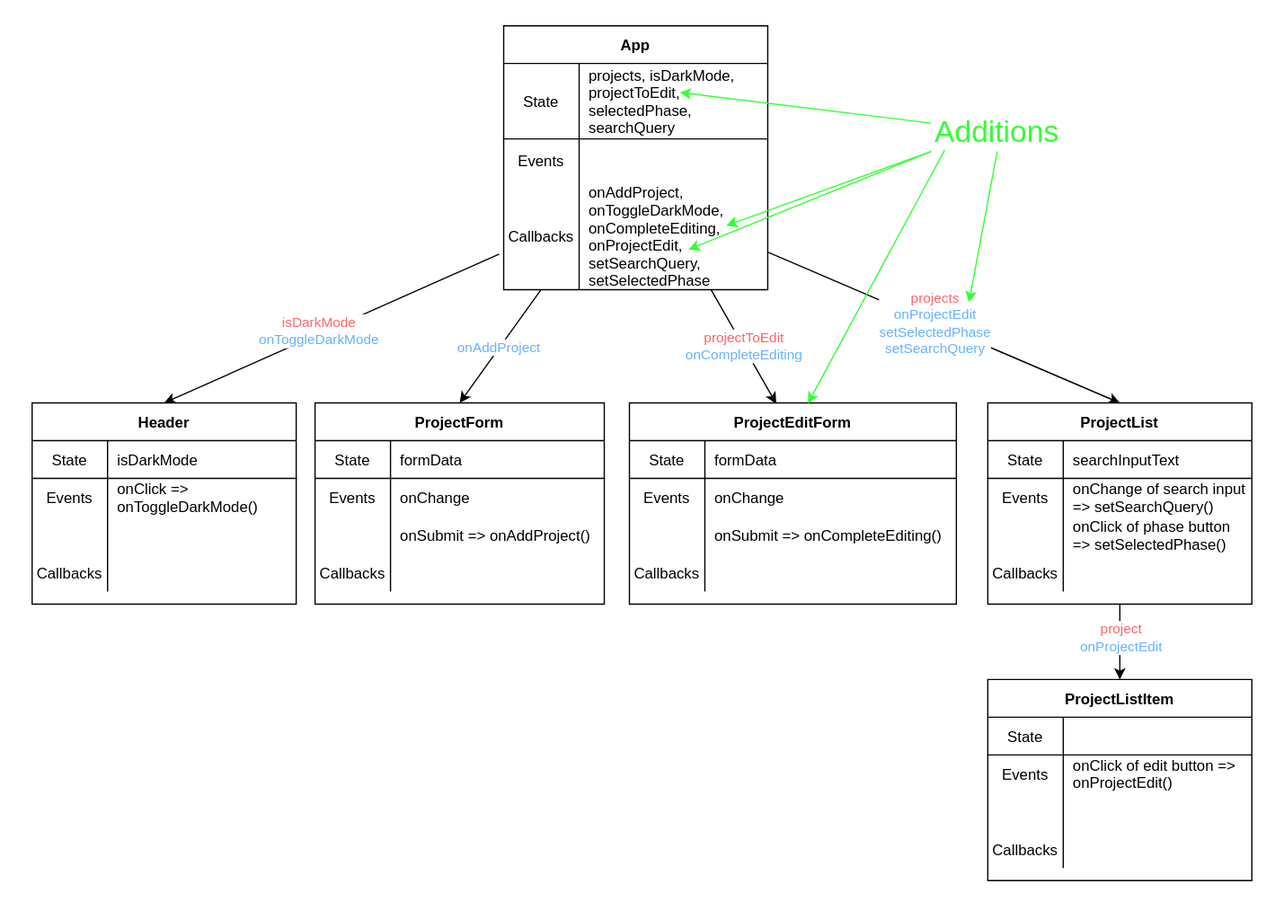
Earlier version of the draw.io export 06_PATCH_DELETE/assets/component-hierarchy-with-data-flow.drawio.svg (learn-co-curriculum/SENG-LIVE-Phase-2-ProjectShowcase). Source tidied: cells renumbered, new cells last; positions are measured from the earlier drawing's top-left corner, leaving out a move shared by most shapes.
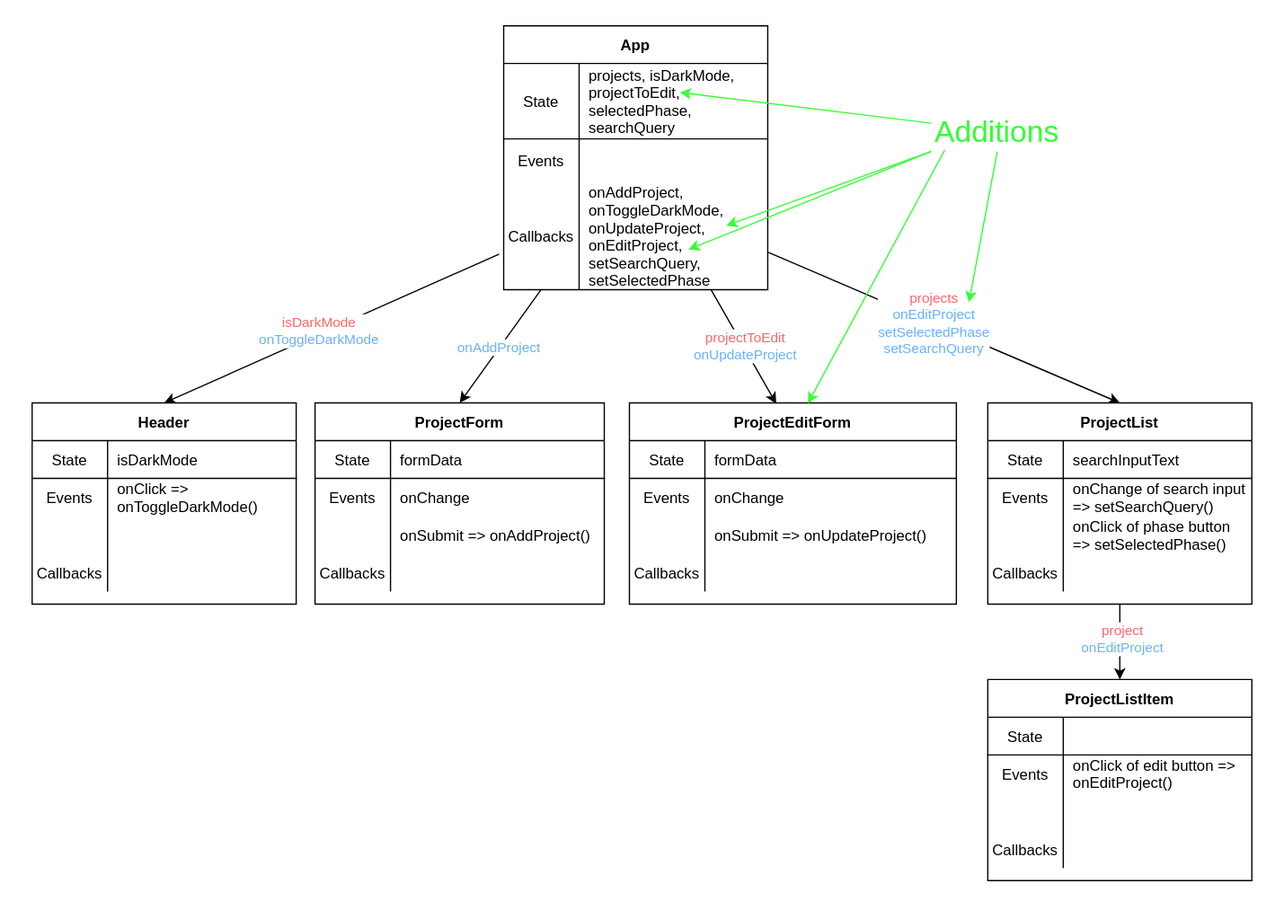
Later version of the same file.

What changed in the source:
```diff
@@ -20,13 +20,13 @@
     <mxCell id="7" style="edgeStyle=none;html=1;exitX=1.002;exitY=0.65;exitDx=0;exitDy=0;exitPerimeter=0;entryX=0.5;entryY=0;entryDx=0;entryDy=0;" parent="1" edge="1" source="19" target="50">
       <mxGeometry relative="1" as="geometry" />
     </mxCell>
-    <mxCell id="8" value="&lt;font color=&quot;#ff6666&quot;&gt;projects&lt;/font&gt;&lt;br&gt;&lt;font color=&quot;#66b2ff&quot;&gt;onProjectEdit&lt;br&gt;setSelectedPhase&lt;/font&gt;&lt;br&gt;&lt;font color=&quot;#66b2ff&quot;&gt;setSearchQuery&lt;/font&gt;" style="edgeLabel;html=1;align=center;verticalAlign=middle;" parent="7" vertex="1">
+    <mxCell id="8" value="&lt;font color=&quot;#ff6666&quot;&gt;projects&lt;/font&gt;&lt;br&gt;&lt;font color=&quot;#66b2ff&quot;&gt;onEditProject&lt;br&gt;setSelectedPhase&lt;/font&gt;&lt;br&gt;&lt;font color=&quot;#66b2ff&quot;&gt;setSearchQuery&lt;/font&gt;" style="edgeLabel;html=1;align=center;verticalAlign=middle;" parent="7" vertex="1">
       <mxGeometry x="-0.06" relative="1" as="geometry" />
     </mxCell>
     <mxCell id="9" style="edgeStyle=none;html=1;fontColor=#66B2FF;entryX=0.449;entryY=0.004;entryDx=0;entryDy=0;entryPerimeter=0;" parent="1" edge="1" source="11" target="76">
       <mxGeometry relative="1" as="geometry" />
     </mxCell>
-    <mxCell id="10" value="&lt;font color=&quot;#ff6666&quot;&gt;projectToEdit&lt;/font&gt;&lt;br&gt;onCompleteEditing" style="edgeLabel;html=1;align=center;verticalAlign=middle;fontColor=#66B2FF;" parent="9" vertex="1">
+    <mxCell id="10" value="&lt;font color=&quot;#ff6666&quot;&gt;projectToEdit&lt;/font&gt;&lt;br&gt;onUpdateProject" style="edgeLabel;html=1;align=center;verticalAlign=middle;fontColor=#66B2FF;" parent="9" vertex="1">
       <mxGeometry x="0.09" y="1" relative="1" as="geometry">
         <mxPoint x="-3" y="-4" as="offset" />
       </mxGeometry>
@@ -61,7 +61,7 @@
     <mxCell id="20" value="Callbacks" style="shape=partialRectangle;fillColor=none;top=0;left=0;bottom=0;right=0;overflow=hidden;rowspan=3;" parent="19" vertex="1">
       <mxGeometry width="60" height="85" as="geometry" />
     </mxCell>
-    <mxCell id="21" value="onAddProject, &#10;onToggleDarkMode,&#10;onCompleteEditing,&#10;onProjectEdit,&#10;setSearchQuery,&#10;setSelectedPhase" style="shape=partialRectangle;fillColor=none;top=0;left=0;bottom=0;right=0;align=left;spacingLeft=6;overflow=visible;rowspan=2;" parent="19" vertex="1">
+    <mxCell id="21" value="onAddProject, &#10;onToggleDarkMode,&#10;onUpdateProject,&#10;onEditProject,&#10;setSearchQuery,&#10;setSelectedPhase" style="shape=partialRectangle;fillColor=none;top=0;left=0;bottom=0;right=0;align=left;spacingLeft=6;overflow=visible;rowspan=2;" parent="19" vertex="1">
       <mxGeometry x="60" width="150" height="85" as="geometry" />
     </mxCell>
     <mxCell id="22" value="Header" style="shape=table;startSize=30;rowLines=0;fontStyle=1;align=center;" parent="1" vertex="1">
@@ -145,7 +145,7 @@
     <mxCell id="48" style="edgeStyle=none;html=1;" parent="1" edge="1" source="50" target="63">
       <mxGeometry relative="1" as="geometry" />
     </mxCell>
-    <mxCell id="49" value="&lt;font color=&quot;#ff6666&quot;&gt;project&lt;/font&gt;&lt;br&gt;&lt;font color=&quot;#66b2ff&quot;&gt;onProjectEdit&lt;/font&gt;" style="edgeLabel;html=1;align=center;verticalAlign=middle;" parent="48" vertex="1">
+    <mxCell id="49" value="&lt;font color=&quot;#ff6666&quot;&gt;project&lt;/font&gt;&lt;br&gt;&lt;font color=&quot;#66b2ff&quot;&gt;onEditProject&lt;/font&gt;" style="edgeLabel;html=1;align=center;verticalAlign=middle;" parent="48" vertex="1">
       <mxGeometry x="-0.12" y="1" relative="1" as="geometry" />
     </mxCell>
     <mxCell id="50" value="ProjectList" style="shape=table;startSize=30;rowLines=0;fontStyle=1;align=center;" parent="1" vertex="1">
@@ -205,7 +205,7 @@
     <mxCell id="68" value="Events" style="shape=partialRectangle;fillColor=none;top=0;left=0;bottom=0;right=0;overflow=hidden;" parent="67" vertex="1">
       <mxGeometry width="60" height="30" as="geometry" />
     </mxCell>
-    <mxCell id="69" value="onClick of edit button =&gt;&#10;onProjectEdit()" style="shape=partialRectangle;fillColor=none;top=0;left=0;bottom=0;right=0;align=left;spacingLeft=6;overflow=hidden;" parent="67" vertex="1">
+    <mxCell id="69" value="onClick of edit button =&gt;&#10;onEditProject()" style="shape=partialRectangle;fillColor=none;top=0;left=0;bottom=0;right=0;align=left;spacingLeft=6;overflow=hidden;" parent="67" vertex="1">
       <mxGeometry x="60" width="150" height="30" as="geometry" />
     </mxCell>
     <mxCell id="70" style="shape=partialRectangle;fillColor=none;top=0;left=0;bottom=0;right=0;" parent="63" vertex="1">
@@ -253,7 +253,7 @@
     <mxCell id="84" style="shape=partialRectangle;fillColor=none;top=0;left=0;bottom=0;right=0;overflow=hidden;" parent="83" vertex="1">
       <mxGeometry width="60" height="30" as="geometry" />
     </mxCell>
-    <mxCell id="85" value="onSubmit =&gt; onCompleteEditing()" style="shape=partialRectangle;fillColor=none;top=0;left=0;bottom=0;right=0;align=left;spacingLeft=6;overflow=hidden;" parent="83" vertex="1">
+    <mxCell id="85" value="onSubmit =&gt; onUpdateProject()" style="shape=partialRectangle;fillColor=none;top=0;left=0;bottom=0;right=0;align=left;spacingLeft=6;overflow=hidden;" parent="83" vertex="1">
       <mxGeometry x="60" width="200" height="30" as="geometry" />
     </mxCell>
     <mxCell id="86" style="shape=partialRectangle;fillColor=none;top=0;left=0;bottom=0;right=0;" parent="76" vertex="1">
```
